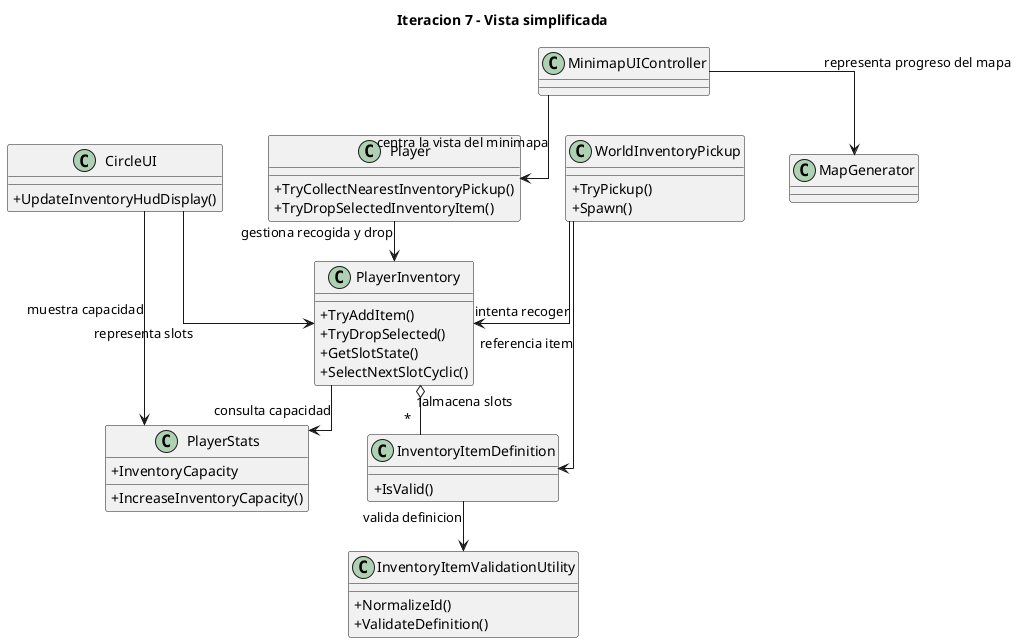
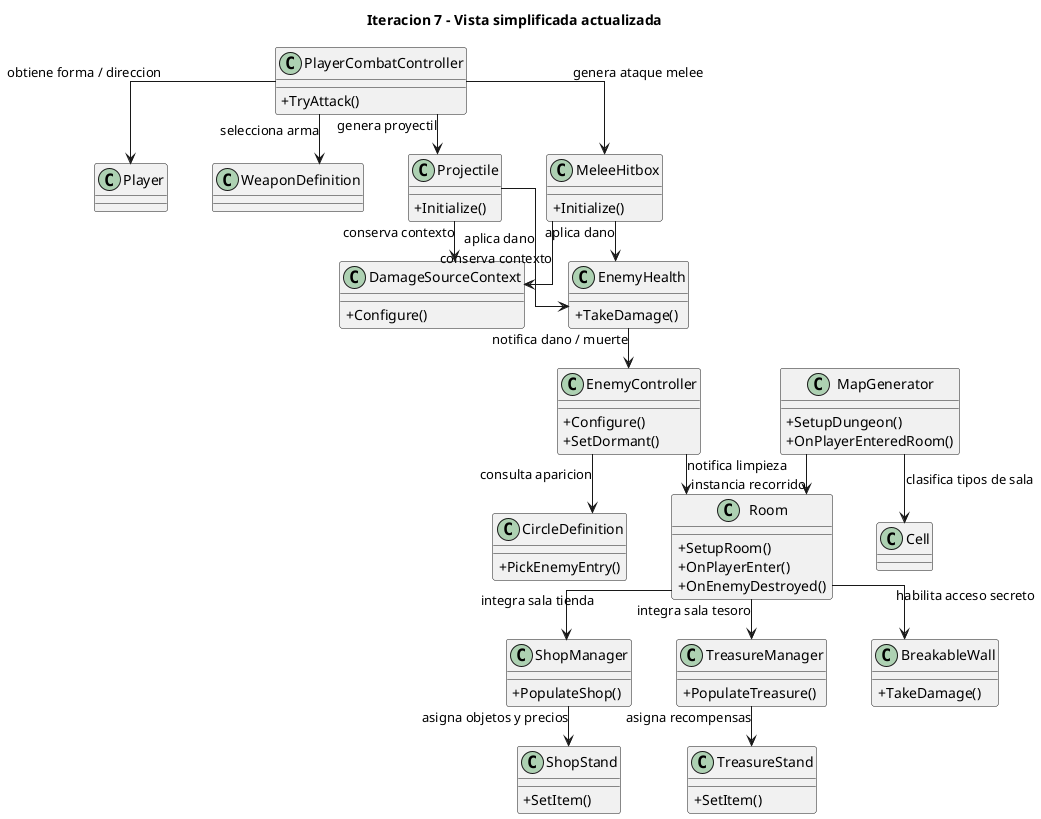
@startuml
skinparam backgroundColor white
skinparam shadowing false
skinparam classAttributeIconSize 0
skinparam packageStyle rectangle
skinparam linetype ortho
skinparam nodesep 45
skinparam ranksep 40

- title Iteracion 7 - Vista simplificada
+ title Iteracion 7 - Vista simplificada actualizada

- class Player {
-   +TryCollectNearestInventoryPickup()
-   +TryDropSelectedInventoryItem()
+ class Player
+ 
+ class PlayerCombatController {
+   +TryAttack()
}

- class PlayerStats {
-   +InventoryCapacity
-   +IncreaseInventoryCapacity()
+ class WeaponDefinition
+ 
+ class Projectile {
+   +Initialize()
}

- class PlayerInventory {
-   +TryAddItem()
-   +TryDropSelected()
-   +GetSlotState()
-   +SelectNextSlotCyclic()
+ class MeleeHitbox {
+   +Initialize()
}

- class InventoryItemDefinition {
-   +IsValid()
+ class DamageSourceContext {
+   +Configure()
}

- class InventoryItemValidationUtility {
-   +NormalizeId()
-   +ValidateDefinition()
+ class EnemyController {
+   +Configure()
+   +SetDormant()
}

- class WorldInventoryPickup {
-   +TryPickup()
-   +Spawn()
+ class EnemyHealth {
+   +TakeDamage()
}

- class CircleUI {
-   +UpdateInventoryHudDisplay()
+ class CircleDefinition {
+   +PickEnemyEntry()
}

- class MinimapUIController
+ class MapGenerator {
+   +SetupDungeon()
+   +OnPlayerEnteredRoom()
+ }

- class MapGenerator
+ class Cell

- Player --> PlayerInventory : gestiona recogida y drop
- PlayerInventory --> PlayerStats : consulta capacidad
+ class Room {
+   +SetupRoom()
+   +OnPlayerEnter()
+   +OnEnemyDestroyed()
+ }

- PlayerInventory "1" o-- "*" InventoryItemDefinition : almacena slots
- InventoryItemDefinition --> InventoryItemValidationUtility : valida definicion
+ class ShopManager {
+   +PopulateShop()
+ }

- WorldInventoryPickup --> InventoryItemDefinition : referencia item
- WorldInventoryPickup --> PlayerInventory : intenta recoger
+ class ShopStand {
+   +SetItem()
+ }

- CircleUI --> PlayerInventory : representa slots
- CircleUI --> PlayerStats : muestra capacidad
+ class TreasureManager {
+   +PopulateTreasure()
+ }

- MinimapUIController --> MapGenerator : representa progreso del mapa
- MinimapUIController --> Player : centra la vista del minimapa
+ class TreasureStand {
+   +SetItem()
+ }
+ 
+ class BreakableWall {
+   +TakeDamage()
+ }
+ 
+ PlayerCombatController --> Player : obtiene forma / direccion
+ PlayerCombatController --> WeaponDefinition : selecciona arma
+ PlayerCombatController --> MeleeHitbox : genera ataque melee
+ PlayerCombatController --> Projectile : genera proyectil
+ 
+ MeleeHitbox --> DamageSourceContext : conserva contexto
+ Projectile --> DamageSourceContext : conserva contexto
+ MeleeHitbox --> EnemyHealth : aplica dano
+ Projectile --> EnemyHealth : aplica dano
+ 
+ EnemyHealth --> EnemyController : notifica dano / muerte
+ EnemyController --> CircleDefinition : consulta aparicion
+ EnemyController --> Room : notifica limpieza
+ 
+ MapGenerator --> Cell : clasifica tipos de sala
+ MapGenerator --> Room : instancia recorrido
+ 
+ Room --> ShopManager : integra sala tienda
+ Room --> TreasureManager : integra sala tesoro
+ Room --> BreakableWall : habilita acceso secreto
+ 
+ ShopManager --> ShopStand : asigna objetos y precios
+ TreasureManager --> TreasureStand : asigna recompensas

@enduml
